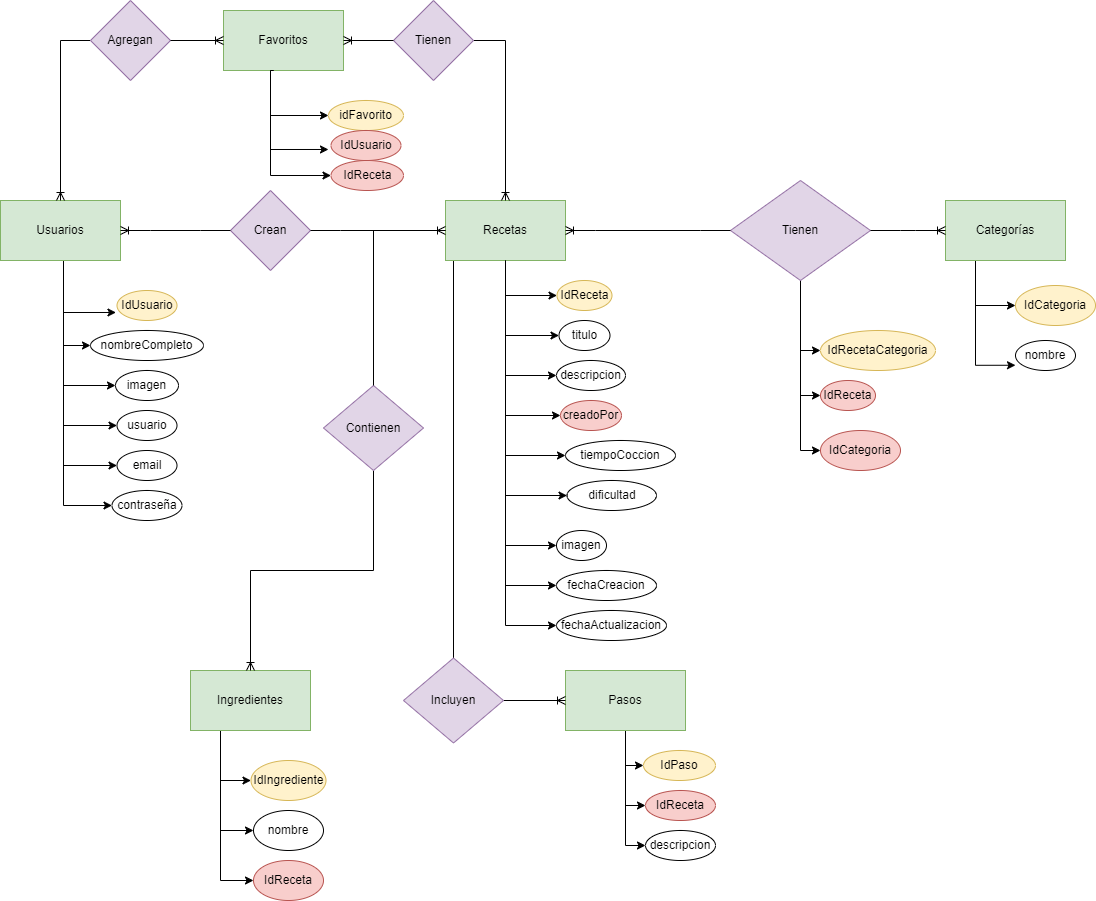
Above: Documentacion/DER Avocado.png in Nervios-de-Acero/tesis-avocado (draw.io), before the change. Source tidied: cells renumbered, new cells last; positions are measured from the earlier drawing's top-left corner, leaving out a move shared by most shapes.
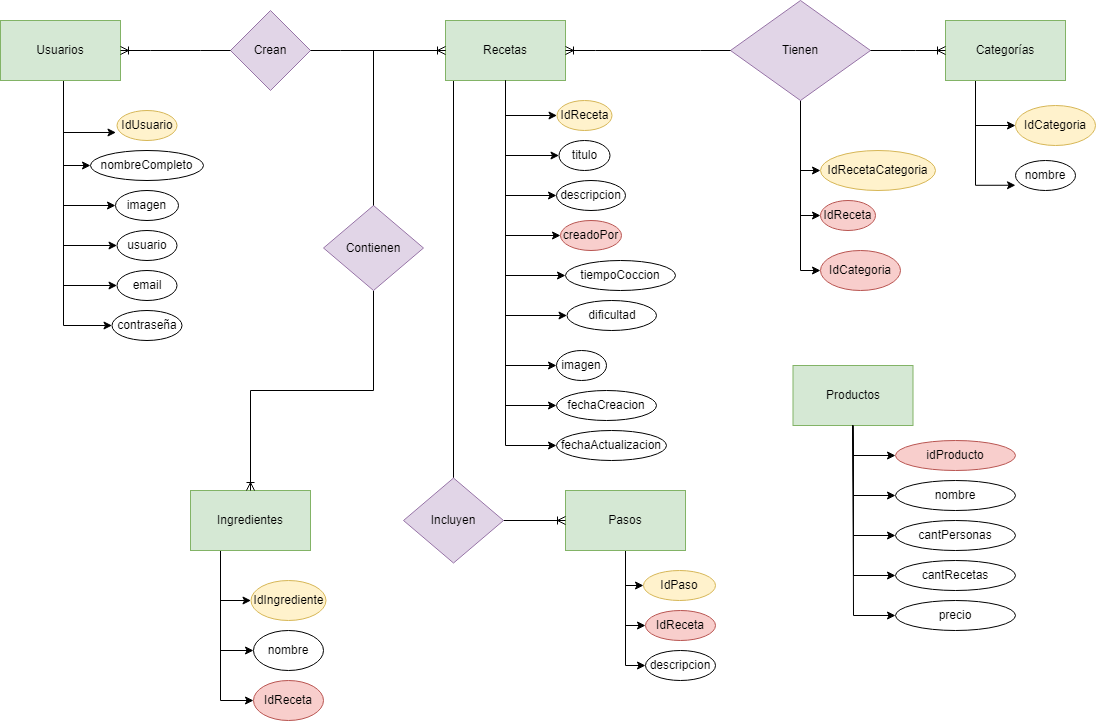
Above is the later version.

Commit message:
Actualización de documentación

Diff of the diagram source:
```diff
@@ -109,14 +109,6 @@
     <mxCell id="24" value="Tienen" style="rhombus;whiteSpace=wrap;html=1;fillColor=#e1d5e7;strokeColor=#9673a6;" parent="1" vertex="1">
       <mxGeometry x="730" y="180" width="140" height="100" as="geometry" />
     </mxCell>
-    <mxCell id="25" style="edgeStyle=orthogonalEdgeStyle;rounded=0;jettySize=auto;html=1;exitX=0.5;exitY=1;exitDx=0;exitDy=0;entryX=0;entryY=0.5;entryDx=0;entryDy=0;" parent="1" edge="1" source="77" target="66">
-      <mxGeometry relative="1" as="geometry">
-        <Array as="points">
-          <mxPoint x="270" y="70" />
-          <mxPoint x="270" y="115" />
-        </Array>
-      </mxGeometry>
-    </mxCell>
     <mxCell id="26" value="Crean" style="rhombus;whiteSpace=wrap;html=1;fillColor=#e1d5e7;strokeColor=#9673a6;" parent="1" vertex="1">
       <mxGeometry x="230" y="190" width="80" height="80" as="geometry" />
     </mxCell>
@@ -253,15 +245,6 @@
     <mxCell id="65" value="IdReceta" style="ellipse;whiteSpace=wrap;html=1;fillColor=#f8cecc;strokeColor=#b85450;" parent="1" vertex="1">
       <mxGeometry x="645" y="790" width="70" height="30" as="geometry" />
     </mxCell>
-    <mxCell id="66" value="idFavorito" style="ellipse;whiteSpace=wrap;html=1;fillColor=#fff2cc;strokeColor=#d6b656;" parent="1" vertex="1">
-      <mxGeometry x="328" y="100" width="75" height="30" as="geometry" />
-    </mxCell>
-    <mxCell id="67" value="IdReceta" style="ellipse;whiteSpace=wrap;html=1;fillColor=#f8cecc;strokeColor=#b85450;" parent="1" vertex="1">
-      <mxGeometry x="330.5" y="160" width="72.5" height="30" as="geometry" />
-    </mxCell>
-    <mxCell id="68" value="IdUsuario" style="ellipse;whiteSpace=wrap;html=1;fillColor=#f8cecc;strokeColor=#b85450;" parent="1" vertex="1">
-      <mxGeometry x="330.5" y="130" width="70" height="30" as="geometry" />
-    </mxCell>
     <mxCell id="69" value="descripcion" style="ellipse;whiteSpace=wrap;html=1;" parent="1" vertex="1">
       <mxGeometry x="645" y="830" width="70" height="30" as="geometry" />
     </mxCell>
@@ -274,51 +257,66 @@
     <mxCell id="72" value="imagen" style="ellipse;whiteSpace=wrap;html=1;" parent="1" vertex="1">
       <mxGeometry x="115" y="370" width="63" height="30" as="geometry" />
     </mxCell>
-    <mxCell id="73" style="edgeStyle=orthogonalEdgeStyle;rounded=0;jettySize=auto;html=1;exitX=1;exitY=0.5;exitDx=0;exitDy=0;endArrow=ERoneToMany;endFill=0;" parent="1" edge="1" source="80" target="17">
-      <mxGeometry relative="1" as="geometry" />
-    </mxCell>
-    <mxCell id="74" style="edgeStyle=orthogonalEdgeStyle;rounded=0;jettySize=auto;html=1;endArrow=ERoneToMany;endFill=0;exitX=0;exitY=0.5;exitDx=0;exitDy=0;" parent="1" edge="1" source="78" target="8">
-      <mxGeometry relative="1" as="geometry" />
-    </mxCell>
     <mxCell id="75" style="edgeStyle=orthogonalEdgeStyle;rounded=0;jettySize=auto;html=1;exitX=1;exitY=0.5;exitDx=0;exitDy=0;entryX=0;entryY=0.5;entryDx=0;entryDy=0;endArrow=ERoneToMany;endFill=0;" parent="1" edge="1" source="76" target="63">
       <mxGeometry relative="1" as="geometry" />
     </mxCell>
     <mxCell id="76" value="Incluyen" style="rhombus;whiteSpace=wrap;html=1;fillColor=#e1d5e7;strokeColor=#9673a6;" parent="1" vertex="1">
       <mxGeometry x="403" y="657.5" width="100" height="85" as="geometry" />
     </mxCell>
-    <mxCell id="77" value="Favoritos" style="rounded=0;whiteSpace=wrap;html=1;fillColor=#d5e8d4;strokeColor=#82b366;" parent="1" vertex="1">
-      <mxGeometry x="223" y="10" width="120" height="60" as="geometry" />
-    </mxCell>
-    <mxCell id="78" value="Agregan" style="rhombus;whiteSpace=wrap;html=1;fillColor=#e1d5e7;strokeColor=#9673a6;" parent="1" vertex="1">
-      <mxGeometry x="90" width="80" height="80" as="geometry" />
-    </mxCell>
-    <mxCell id="79" style="edgeStyle=orthogonalEdgeStyle;rounded=0;jettySize=auto;html=1;endArrow=ERoneToMany;endFill=0;exitX=1;exitY=0.5;exitDx=0;exitDy=0;" parent="1" edge="1" source="78" target="77">
-      <mxGeometry relative="1" as="geometry" />
-    </mxCell>
-    <mxCell id="80" value="Tienen" style="rhombus;whiteSpace=wrap;html=1;fillColor=#e1d5e7;strokeColor=#9673a6;" parent="1" vertex="1">
-      <mxGeometry x="393" width="80" height="80" as="geometry" />
-    </mxCell>
-    <mxCell id="81" style="edgeStyle=orthogonalEdgeStyle;rounded=0;jettySize=auto;html=1;exitX=0;exitY=0.5;exitDx=0;exitDy=0;endArrow=ERoneToMany;endFill=0;entryX=1;entryY=0.5;entryDx=0;entryDy=0;" parent="1" edge="1" source="80" target="77">
-      <mxGeometry relative="1" as="geometry" />
-    </mxCell>
-    <mxCell id="82" style="edgeStyle=orthogonalEdgeStyle;rounded=0;orthogonalLoop=1;jettySize=auto;html=1;entryX=0;entryY=0.5;entryDx=0;entryDy=0;" parent="1" edge="1">
-      <mxGeometry relative="1" as="geometry">
-        <mxPoint x="270" y="70" as="sourcePoint" />
-        <mxPoint x="328" y="149" as="targetPoint" />
-        <Array as="points">
-          <mxPoint x="273" y="70" />
-          <mxPoint x="270" y="70" />
-          <mxPoint x="270" y="149" />
-        </Array>
-      </mxGeometry>
-    </mxCell>
-    <mxCell id="83" style="edgeStyle=orthogonalEdgeStyle;rounded=0;jettySize=auto;html=1;entryX=0;entryY=0.5;entryDx=0;entryDy=0;" parent="1" edge="1" target="67">
-      <mxGeometry relative="1" as="geometry">
-        <mxPoint x="270" y="90" as="sourcePoint" />
-        <Array as="points">
-          <mxPoint x="270" y="175" />
-        </Array>
-      </mxGeometry>
-    </mxCell>
+    <mxCell id="84" value="Productos" style="rounded=0;whiteSpace=wrap;html=1;fillColor=#d5e8d4;strokeColor=#82b366;" parent="1" vertex="1">
+      <mxGeometry x="792.5" y="545" width="120" height="60" as="geometry" />
+    </mxCell>
+    <mxCell id="85" style="endArrow=classic;html=1;rounded=0;exitX=0.5;exitY=1;exitDx=0;exitDy=0;entryX=0;entryY=0.5;entryDx=0;entryDy=0;" parent="1" edge="1" target="86">
+      <mxGeometry relative="1" as="geometry">
+        <mxPoint x="852" y="605" as="sourcePoint" />
+        <Array as="points">
+          <mxPoint x="853" y="635" />
+        </Array>
+      </mxGeometry>
+    </mxCell>
+    <mxCell id="86" value="idProducto" style="ellipse;whiteSpace=wrap;html=1;fillColor=#f8cecc;strokeColor=#b85450;" parent="1" vertex="1">
+      <mxGeometry x="895" y="620" width="120" height="30" as="geometry" />
+    </mxCell>
+    <mxCell id="87" style="endArrow=classic;html=1;rounded=0;entryX=0;entryY=0.5;entryDx=0;entryDy=0;" parent="1" edge="1" target="88">
+      <mxGeometry relative="1" as="geometry">
+        <mxPoint x="852" y="605" as="sourcePoint" />
+        <Array as="points">
+          <mxPoint x="853" y="675" />
+        </Array>
+      </mxGeometry>
+    </mxCell>
+    <mxCell id="88" value="nombre" style="ellipse;whiteSpace=wrap;html=1;" parent="1" vertex="1">
+      <mxGeometry x="895" y="660" width="120" height="30" as="geometry" />
+    </mxCell>
+    <mxCell id="89" value="cantPersonas" style="ellipse;whiteSpace=wrap;html=1;" parent="1" vertex="1">
+      <mxGeometry x="895" y="700" width="120" height="30" as="geometry" />
+    </mxCell>
+    <mxCell id="90" value="cantRecetas" style="ellipse;whiteSpace=wrap;html=1;" parent="1" vertex="1">
+      <mxGeometry x="895" y="740" width="120" height="30" as="geometry" />
+    </mxCell>
+    <mxCell id="91" value="precio" style="ellipse;whiteSpace=wrap;html=1;" parent="1" vertex="1">
+      <mxGeometry x="895" y="780" width="120" height="30" as="geometry" />
+    </mxCell>
+    <mxCell id="92" style="endArrow=classic;html=1;rounded=0;exitX=0.5;exitY=1;exitDx=0;exitDy=0;entryX=0;entryY=0.5;entryDx=0;entryDy=0;" parent="1" edge="1" source="84" target="89">
+      <mxGeometry relative="1" as="geometry">
+        <Array as="points">
+          <mxPoint x="853" y="715" />
+        </Array>
+      </mxGeometry>
+    </mxCell>
+    <mxCell id="93" style="endArrow=classic;html=1;rounded=0;exitX=0.5;exitY=1;exitDx=0;exitDy=0;entryX=0;entryY=0.5;entryDx=0;entryDy=0;" parent="1" edge="1" source="84" target="90">
+      <mxGeometry relative="1" as="geometry">
+        <Array as="points">
+          <mxPoint x="853" y="755" />
+        </Array>
+      </mxGeometry>
+    </mxCell>
+    <mxCell id="94" style="endArrow=classic;html=1;rounded=0;exitX=0.5;exitY=1;exitDx=0;exitDy=0;entryX=0;entryY=0.5;entryDx=0;entryDy=0;" parent="1" edge="1" source="84" target="91">
+      <mxGeometry relative="1" as="geometry">
+        <Array as="points">
+          <mxPoint x="853" y="795" />
+        </Array>
+      </mxGeometry>
+    </mxCell>
   </root>
 </mxGraphModel>
```
